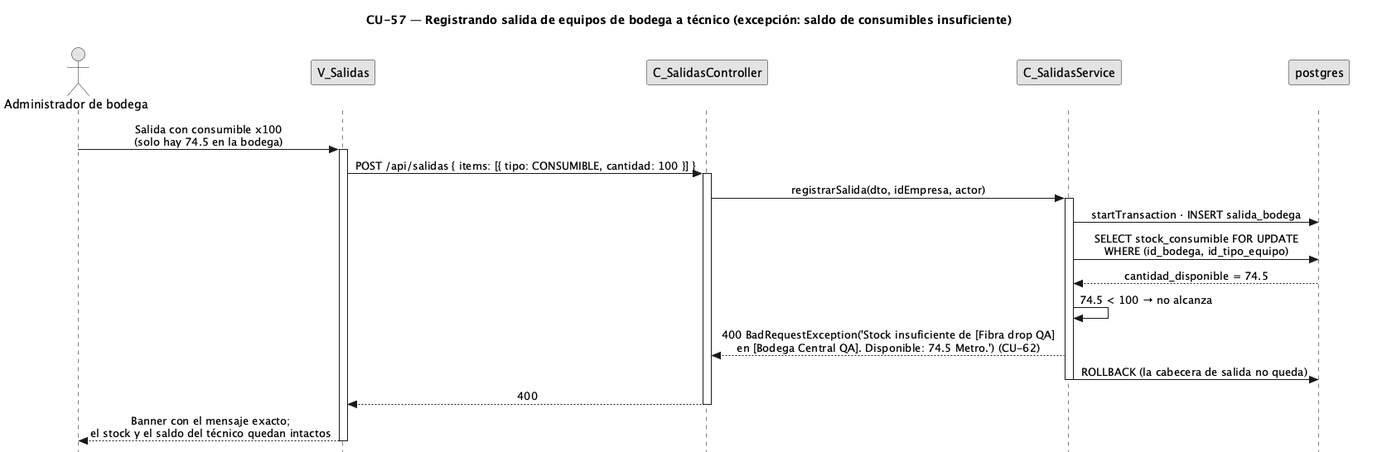
FSM-Finet-y-Cable-Magico/Team_1-Inventario-y-Bodega keeps this PlantUML diagram as diagramas/diagramas-secuencia/CU57/CU57-exc-stock-insuficiente.png. Above is the earlier version. Source of this version:
```plantuml
@startuml CU57-exc-stock-insuficiente
title CU-57 — Registrando salida de equipos de bodega a técnico (excepción: saldo de consumibles insuficiente)
skinparam style strictuml
skinparam monochrome true
skinparam shadowing false
skinparam sequenceMessageAlign center
<style> sequenceDiagram { participant { Margin 30 } actor { Margin 12 } } </style>
skinparam sequence {
  MessageAlign center
  LifeLineBorderColor black
}
hide footbox

actor "Administrador de bodega" as user
participant "V_Salidas" as view
participant "C_SalidasController" as ctrl
participant "C_SalidasService" as svc
participant "postgres" as db

user -> view : Salida con consumible x100\n(solo hay 74.5 en la bodega)
activate view
view -> ctrl : POST /api/salidas { items: [{ tipo: CONSUMIBLE, cantidad: 100 }] }
activate ctrl
ctrl -> svc : registrarSalida(dto, idEmpresa, actor)
activate svc
svc -> db : startTransaction · INSERT salida_bodega
svc -> db : SELECT stock_consumible FOR UPDATE\nWHERE (id_bodega, id_tipo_equipo)
db --> svc : cantidad_disponible = 74.5
svc -> svc : 74.5 < 100 → no alcanza
svc --> ctrl : 400 BadRequestException('Stock insuficiente de [Fibra drop QA]\nen [Bodega Central QA]. Disponible: 74.5 Metro.') (CU-62)
svc -> db : ROLLBACK (la cabecera de salida no queda)
deactivate svc
ctrl --> view : 400
deactivate ctrl
view --> user : Banner con el mensaje exacto;\nel stock y el saldo del técnico quedan intactos
deactivate view
@enduml
```
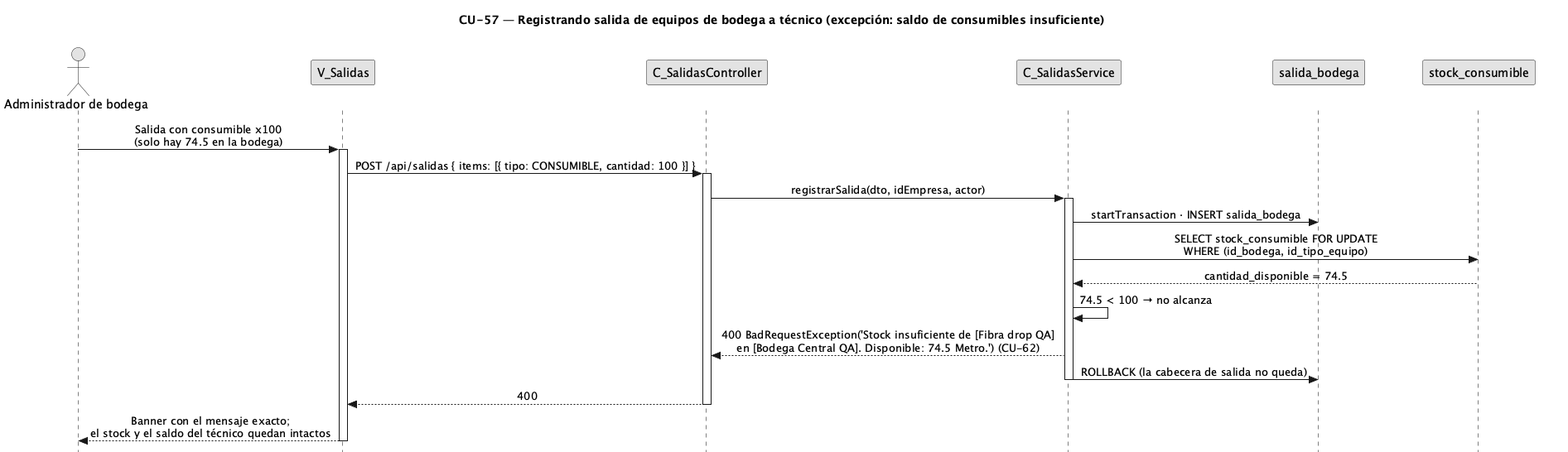
Later version of the same file.

Change to the diagram source:
```diff
@@ -15,7 +15,8 @@
 participant "V_Salidas" as view
 participant "C_SalidasController" as ctrl
 participant "C_SalidasService" as svc
-participant "postgres" as db
+participant "salida_bodega" as sald
+participant "stock_consumible" as stock
 
 user -> view : Salida con consumible x100\n(solo hay 74.5 en la bodega)
 activate view
@@ -23,12 +24,12 @@
 activate ctrl
 ctrl -> svc : registrarSalida(dto, idEmpresa, actor)
 activate svc
-svc -> db : startTransaction · INSERT salida_bodega
-svc -> db : SELECT stock_consumible FOR UPDATE\nWHERE (id_bodega, id_tipo_equipo)
-db --> svc : cantidad_disponible = 74.5
+svc -> sald : startTransaction · INSERT salida_bodega
+svc -> stock : SELECT stock_consumible FOR UPDATE\nWHERE (id_bodega, id_tipo_equipo)
+stock --> svc : cantidad_disponible = 74.5
 svc -> svc : 74.5 < 100 → no alcanza
 svc --> ctrl : 400 BadRequestException('Stock insuficiente de [Fibra drop QA]\nen [Bodega Central QA]. Disponible: 74.5 Metro.') (CU-62)
-svc -> db : ROLLBACK (la cabecera de salida no queda)
+svc -> sald :ROLLBACK (la cabecera de salida no queda)
 deactivate svc
 ctrl --> view : 400
 deactivate ctrl
```
